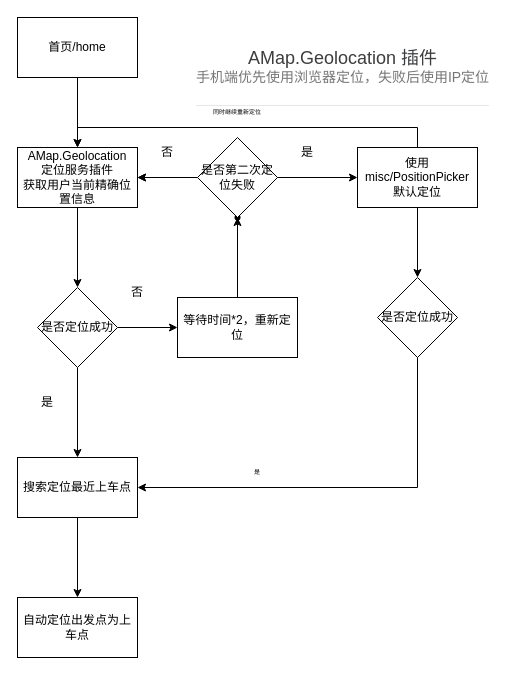
Before: Untitled Diagram.drawio in Alan1034/heycars_h5, a draw.io diagram. Source tidied: cells renumbered, new cells numbered last; positions are measured from the earlier drawing's top-left corner, leaving out a move shared by most shapes. Both pictures are drawn from the tidied source at 100%, with x=0, y=0 at pixel (17, 17).
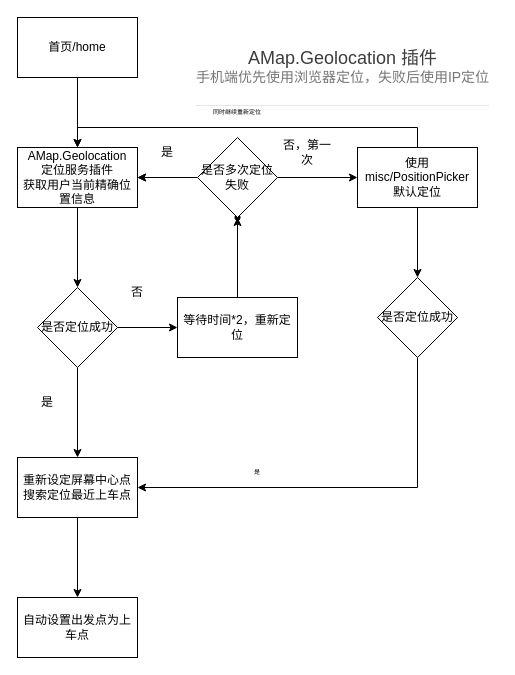
The same page after the edit.

Change to the diagram source:
```diff
@@
-    <mxCell id="10" value="搜索定位最近上车点" style="whiteSpace=wrap;html=1;rounded=0;" parent="1" vertex="1">
+    <mxCell id="10" value="重新设定屏幕中心点搜索定位最近上车点" style="whiteSpace=wrap;html=1;rounded=0;" parent="1" vertex="1">
       <mxGeometry y="440" width="120" height="60" as="geometry" />
     </mxCell>
@@
-    <mxCell id="12" value="自动定位出发点为上车点" style="whiteSpace=wrap;html=1;rounded=0;" parent="1" vertex="1">
+    <mxCell id="12" value="自动设置出发点为上车点" style="whiteSpace=wrap;html=1;rounded=0;" parent="1" vertex="1">
       <mxGeometry y="580" width="120" height="60" as="geometry" />
     </mxCell>
@@
-    <mxCell id="20" value="是否第二次定位失败" style="rhombus;whiteSpace=wrap;html=1;" parent="1" vertex="1">
+    <mxCell id="20" value="是否多次定位失败" style="rhombus;whiteSpace=wrap;html=1;" parent="1" vertex="1">
       <mxGeometry x="180" y="120" width="80" height="80" as="geometry" />
     </mxCell>
-    <mxCell id="21" value="否" style="text;html=1;strokeColor=none;fillColor=none;align=center;verticalAlign=middle;whiteSpace=wrap;rounded=0;" parent="1" vertex="1">
+    <mxCell id="21" value="是" style="text;html=1;strokeColor=none;fillColor=none;align=center;verticalAlign=middle;whiteSpace=wrap;rounded=0;" parent="1" vertex="1">
       <mxGeometry x="120" y="120" width="60" height="30" as="geometry" />
     </mxCell>
@@
-    <mxCell id="23" value="是" style="text;html=1;strokeColor=none;fillColor=none;align=center;verticalAlign=middle;whiteSpace=wrap;rounded=0;" parent="1" vertex="1">
+    <mxCell id="23" value="否，第一次" style="text;html=1;strokeColor=none;fillColor=none;align=center;verticalAlign=middle;whiteSpace=wrap;rounded=0;" parent="1" vertex="1">
       <mxGeometry x="260" y="120" width="60" height="30" as="geometry" />
     </mxCell>
```
